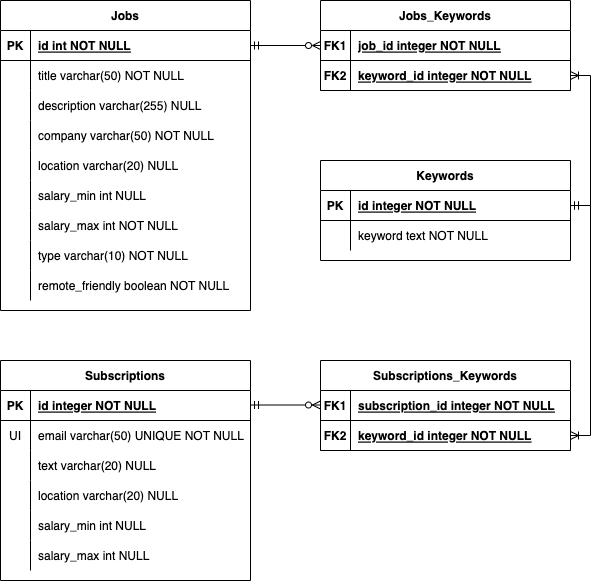
The draw.io diagram docs/models.png in ariel17/jobberwocky, before a commit. Source tidied: cells renumbered, new cells last; positions are measured from the earlier drawing's top-left corner, leaving out a move shared by most shapes.
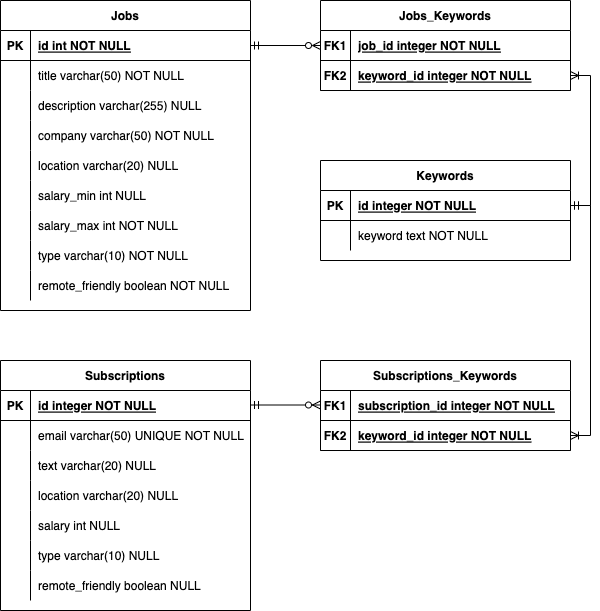
The same file after the commit.

Commit message:
Updates subscriptions model.

The edit, as a diff of the source:
```diff
@@ -135,7 +135,7 @@
       <mxGeometry relative="1" as="geometry" />
     </mxCell>
     <mxCell id="46" value="Subscriptions" style="shape=table;startSize=30;rowLines=0;fontStyle=1;align=center;" parent="1" vertex="1">
-      <mxGeometry y="360" width="250" height="220" as="geometry" />
+      <mxGeometry y="360" width="250" height="250" as="geometry" />
     </mxCell>
     <mxCell id="47" style="shape=partialRectangle;fillColor=none;top=0;left=0;right=0;bottom=1;" parent="46" vertex="1">
       <mxGeometry y="30" width="250" height="30" as="geometry" />
@@ -149,7 +149,7 @@
     <mxCell id="50" style="shape=partialRectangle;fillColor=none;top=0;left=0;right=0;bottom=0;" parent="46" vertex="1">
       <mxGeometry y="60" width="250" height="30" as="geometry" />
     </mxCell>
-    <mxCell id="51" value="UI" style="shape=partialRectangle;overflow=hidden;fillColor=none;top=0;left=0;bottom=0;right=0;" parent="50" vertex="1">
+    <mxCell id="51" style="shape=partialRectangle;overflow=hidden;fillColor=none;top=0;left=0;bottom=0;right=0;" parent="50" vertex="1">
       <mxGeometry width="30" height="30" as="geometry" />
     </mxCell>
     <mxCell id="52" value="email varchar(50) UNIQUE NOT NULL" style="shape=partialRectangle;overflow=hidden;fillColor=none;top=0;left=0;bottom=0;right=0;align=left;spacingLeft=6;" parent="50" vertex="1">
@@ -179,18 +179,27 @@
     <mxCell id="60" style="shape=partialRectangle;overflow=hidden;fillColor=none;top=0;left=0;bottom=0;right=0;" parent="59" vertex="1">
       <mxGeometry width="30" height="30" as="geometry" />
     </mxCell>
-    <mxCell id="61" value="salary_min int NULL" style="shape=partialRectangle;overflow=hidden;fillColor=none;top=0;left=0;bottom=0;right=0;align=left;spacingLeft=6;" parent="59" vertex="1">
+    <mxCell id="61" value="salary int NULL" style="shape=partialRectangle;overflow=hidden;fillColor=none;top=0;left=0;bottom=0;right=0;align=left;spacingLeft=6;" parent="59" vertex="1">
       <mxGeometry x="30" width="220" height="30" as="geometry" />
     </mxCell>
     <mxCell id="62" style="shape=partialRectangle;fillColor=none;top=0;left=0;right=0;bottom=0;" parent="46" vertex="1">
       <mxGeometry y="180" width="250" height="30" as="geometry" />
     </mxCell>
-    <mxCell id="63" style="shape=partialRectangle;overflow=hidden;fillColor=none;top=0;left=0;bottom=0;right=0;" parent="62" vertex="1">
-      <mxGeometry width="30" height="30" as="geometry" />
-    </mxCell>
-    <mxCell id="64" value="salary_max int NULL" style="shape=partialRectangle;overflow=hidden;fillColor=none;top=0;left=0;bottom=0;right=0;align=left;spacingLeft=6;" parent="62" vertex="1">
-      <mxGeometry x="30" width="220" height="30" as="geometry" />
-    </mxCell>
+    <mxCell id="74" style="shape=partialRectangle;overflow=hidden;fillColor=none;top=0;left=0;bottom=0;right=0;" parent="62" vertex="1">
+      <mxGeometry width="30" height="30" as="geometry" />
+    </mxCell>
+    <mxCell id="75" value="type varchar(10) NULL" style="shape=partialRectangle;overflow=hidden;fillColor=none;top=0;left=0;bottom=0;right=0;align=left;spacingLeft=6;" parent="62" vertex="1">
+      <mxGeometry x="30" width="220" height="30" as="geometry" />
+    </mxCell>
+    <mxCell id="76" style="shape=partialRectangle;fillColor=none;top=0;left=0;right=0;bottom=0;" parent="46" vertex="1">
+      <mxGeometry y="210" width="250" height="30" as="geometry" />
+    </mxCell>
+    <mxCell id="77" style="shape=partialRectangle;overflow=hidden;fillColor=none;top=0;left=0;bottom=0;right=0;" parent="76" vertex="1">
+      <mxGeometry width="30" height="30" as="geometry" />
+    </mxCell>
+    <mxCell id="78" value="remote_friendly boolean NULL" style="shape=partialRectangle;overflow=hidden;fillColor=none;top=0;left=0;bottom=0;right=0;align=left;spacingLeft=6;" parent="76" vertex="1">
+      <mxGeometry x="30" width="220" height="30" as="geometry" />
+    </mxCell>
     <mxCell id="65" value="Subscriptions_Keywords" style="shape=table;startSize=30;rowLines=0;fontStyle=1;align=center;" parent="1" vertex="1">
       <mxGeometry x="320" y="360" width="250" height="90" as="geometry" />
     </mxCell>
```
